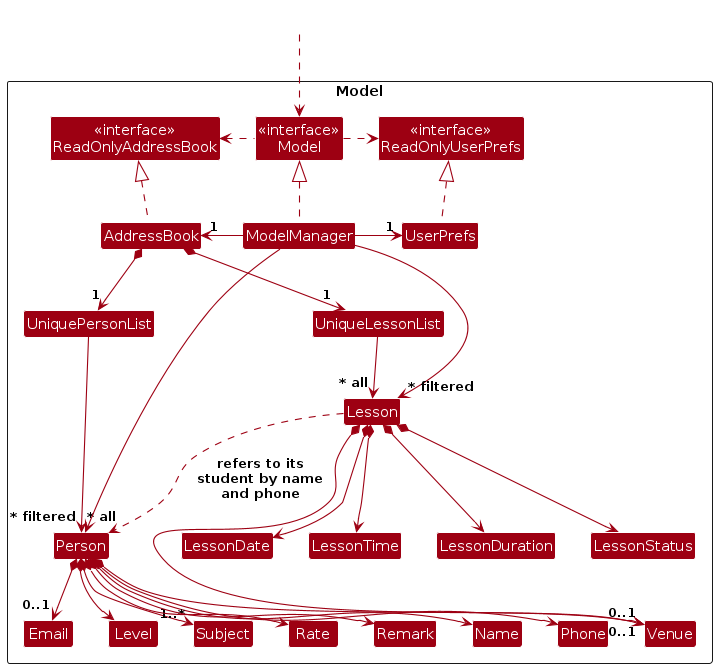
Earlier version of the PlantUML export diagrams/ModelClassDiagram.png (AY2627S1-CS2103T-F15-1/tp). Its source is kept beside it as diagrams/ModelClassDiagram.puml. Source of this version:
```plantuml
@startuml
!include style.puml
skinparam arrowThickness 1.1
skinparam arrowColor MODEL_COLOR
skinparam classBackgroundColor MODEL_COLOR

Package Model as ModelPackage <<Rectangle>>{
Class "<<interface>>\nReadOnlyAddressBook" as ReadOnlyAddressBook
Class "<<interface>>\nReadOnlyUserPrefs" as ReadOnlyUserPrefs
Class "<<interface>>\nModel" as Model
Class AddressBook
Class ModelManager
Class UserPrefs

Class UniquePersonList
Class Person
Class Name
Class Phone
Class Email
Class Level
Class Subject
Class Rate
Class Venue
Class Remark

Class UniqueLessonList
Class Lesson
Class LessonDate
Class LessonTime
Class LessonDuration
Class LessonStatus

Class I #FFFFFF
}

Class HiddenOutside #FFFFFF
HiddenOutside ..> Model

AddressBook .up.|> ReadOnlyAddressBook

ModelManager .up.|> Model
Model .right.> ReadOnlyUserPrefs
Model .left.> ReadOnlyAddressBook
ModelManager -left-> "1" AddressBook
ModelManager -right-> "1" UserPrefs
UserPrefs .up.|> ReadOnlyUserPrefs

AddressBook *--> "1" UniquePersonList
AddressBook *--> "1" UniqueLessonList
UniquePersonList --> "~* all" Person
Person *--> Name
Person *--> Phone
Person *--> "0..1" Email
Person *--> Level
Person *--> "1..*" Subject
Person *--> Rate
Person *--> "0..1" Venue
Person *--> Remark

UniqueLessonList --> "~* all" Lesson
Lesson *--> LessonDate
Lesson *--> LessonTime
Lesson *--> LessonDuration
Lesson *--> LessonStatus
Lesson *--> "0..1" Venue
Lesson ..> Person : refers to its\nstudent by name\nand phone

Person -[hidden]up--> I
UniquePersonList -[hidden]right-> I

Name -[hidden]right-> Phone
Phone -[hidden]right-> Email
Email -[hidden]right-> Level
Level -[hidden]right-> Subject
Subject -[hidden]right-> Rate
Rate -[hidden]right-> Venue
Venue -[hidden]right-> Remark

ModelManager --> "~* filtered" Person
ModelManager --> "~* filtered" Lesson
@enduml
```
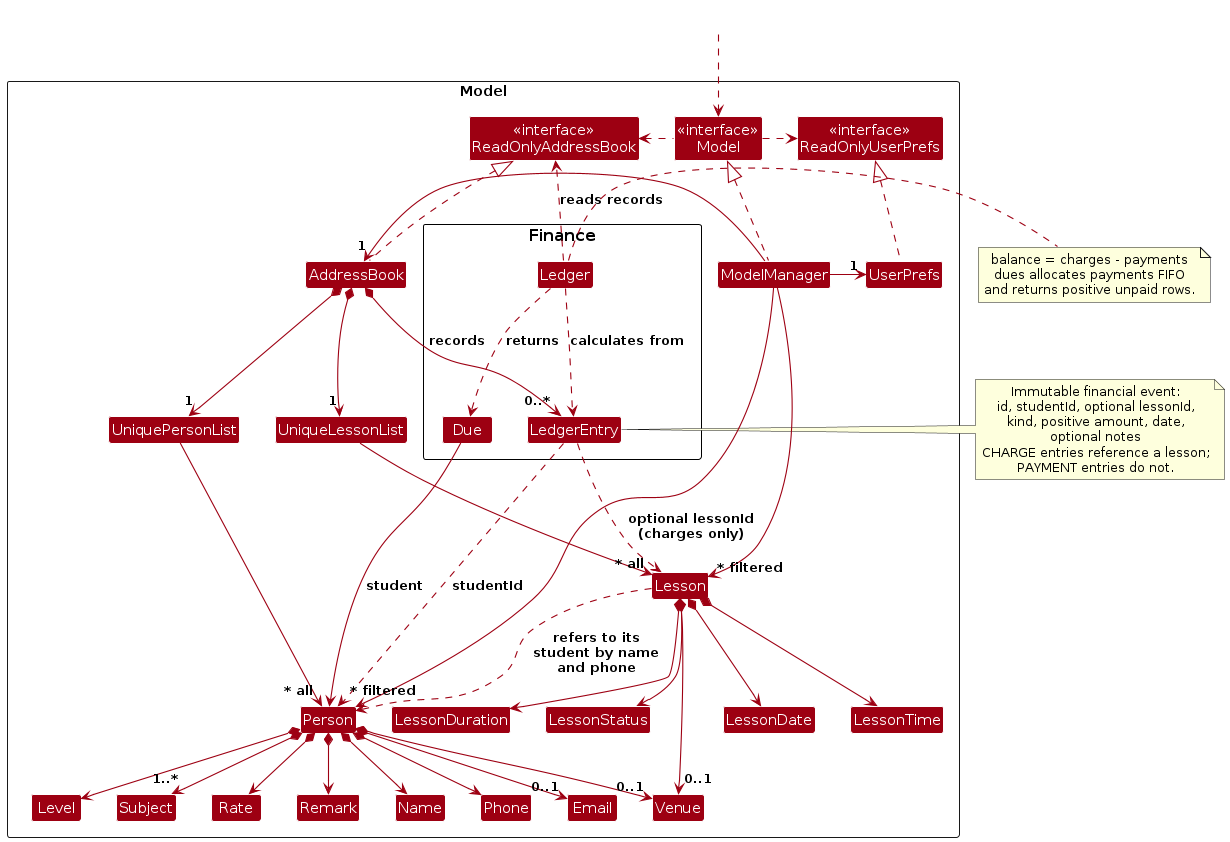
After the commit.

Diff of the diagram source:
```diff
@@ -30,6 +30,12 @@
 Class LessonDuration
 Class LessonStatus
 
+package Finance {
+Class LedgerEntry
+Class Ledger
+Class Due
+}
+
 Class I #FFFFFF
 }
 
@@ -47,6 +53,7 @@
 
 AddressBook *--> "1" UniquePersonList
 AddressBook *--> "1" UniqueLessonList
+AddressBook *--> "0..*" LedgerEntry : records
 UniquePersonList --> "~* all" Person
 Person *--> Name
 Person *--> Phone
@@ -65,6 +72,28 @@
 Lesson *--> "0..1" Venue
 Lesson ..> Person : refers to its\nstudent by name\nand phone
 
+LedgerEntry ..> Person : studentId
+LedgerEntry ..> Lesson : optional lessonId\n(charges only)
+Ledger ..> ReadOnlyAddressBook : reads records
+Ledger ..> LedgerEntry : calculates from
+Due --> Person : student
+Ledger ..> Due : returns
+
+note right of LedgerEntry
+  Immutable financial event:
+  id, studentId, optional lessonId,
+  kind, positive amount, date,
+  optional notes
+  CHARGE entries reference a lesson;
+  PAYMENT entries do not.
+end note
+
+note right of Ledger
+  balance = charges - payments
+  dues allocates payments FIFO
+  and returns positive unpaid rows.
+end note
+
 Person -[hidden]up--> I
 UniquePersonList -[hidden]right-> I
 
```
